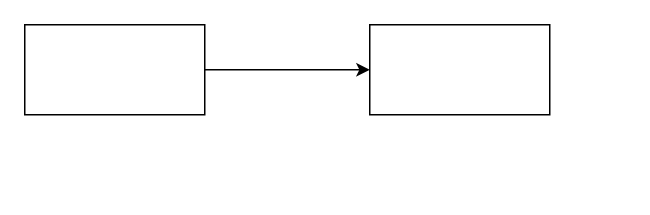
Earlier version of the draw.io diagram 未命名绘图.drawio (Cipuzp/Notes). Source tidied: cells renumbered, new cells numbered last; positions are measured from the earlier drawing's top-left corner, leaving out a move shared by most shapes. Both pictures are drawn from the tidied source at 150%, with x=0, y=0 at pixel (24, 24).
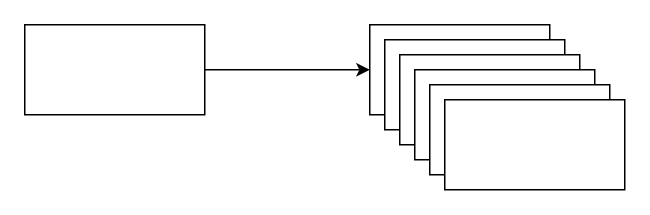
The same page after the edit.

Commit message:
更新未命名绘图.drawio

Change to the diagram source:
```diff
@@
 <mxGraphModel>
   <root>
     <mxCell id="0" />
     <mxCell id="1" parent="0" />
-    <mxCell id="2" style="edgeStyle=orthogonalEdgeStyle;rounded=0;jettySize=auto;html=1;exitX=1;exitY=0.5;exitDx=0;exitDy=0;entryX=0;entryY=0.5;entryDx=0;entryDy=0;" parent="1" edge="1" source="3" target="4">
-      <mxGeometry relative="1" as="geometry" />
+    <mxCell id="2" style="edgeStyle=orthogonalEdgeStyle;rounded=0;jettySize=auto;html=1;exitX=1;exitY=0.5;exitDx=0;exitDy=0;entryX=0;entryY=0.5;entryDx=0;entryDy=0;" parent="1" edge="1" source="3">
+      <mxGeometry relative="1" as="geometry">
+        <mxPoint x="230" y="30" as="targetPoint" />
+      </mxGeometry>
     </mxCell>
     <mxCell id="3" style="rounded=0;whiteSpace=wrap;html=1;" parent="1" vertex="1">
       <mxGeometry width="120" height="60" as="geometry" />
     </mxCell>
     <mxCell id="4" style="rounded=0;whiteSpace=wrap;html=1;" parent="1" vertex="1">
       <mxGeometry x="230" width="120" height="60" as="geometry" />
     </mxCell>
+    <mxCell id="5" style="rounded=0;whiteSpace=wrap;html=1;" parent="1" vertex="1">
+      <mxGeometry x="240" y="10" width="120" height="60" as="geometry" />
+    </mxCell>
+    <mxCell id="6" style="rounded=0;whiteSpace=wrap;html=1;" parent="1" vertex="1">
+      <mxGeometry x="250" y="20" width="120" height="60" as="geometry" />
+    </mxCell>
+    <mxCell id="7" style="rounded=0;whiteSpace=wrap;html=1;" parent="1" vertex="1">
+      <mxGeometry x="260" y="30" width="120" height="60" as="geometry" />
+    </mxCell>
+    <mxCell id="8" style="rounded=0;whiteSpace=wrap;html=1;" parent="1" vertex="1">
+      <mxGeometry x="270" y="40" width="120" height="60" as="geometry" />
+    </mxCell>
+    <mxCell id="9" style="rounded=0;whiteSpace=wrap;html=1;" parent="1" vertex="1">
+      <mxGeometry x="280" y="50" width="120" height="60" as="geometry" />
+    </mxCell>
   </root>
 </mxGraphModel>
```
